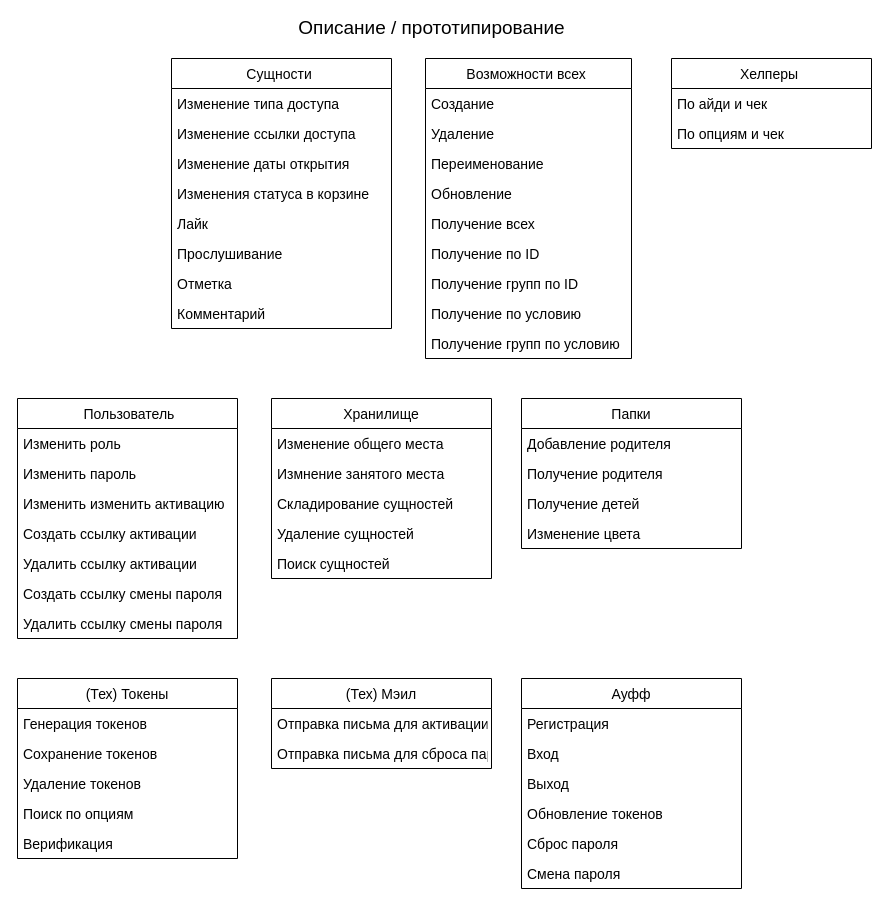
WheatleyCODE/storage-server keeps this draw.io diagram as page "Описание сущностей" (1 of 3) of project.drawio. Above is the earlier version. Source tidied: cells renumbered, new cells numbered last; positions are measured from the earlier drawing's top-left corner, leaving out a move shared by most shapes. Both pictures are drawn from the tidied source at 100%, with x=0, y=0 at pixel (17, 18).
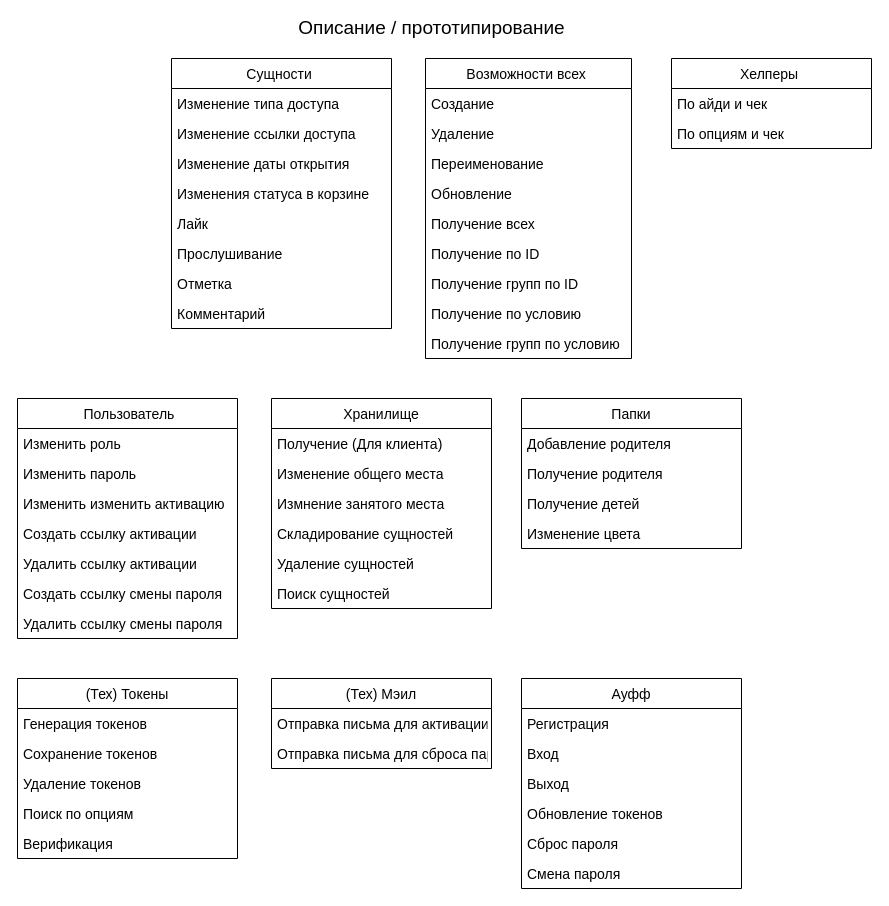
After the change.

The edit, as a diff of the source:
```diff
@@
     <mxCell id="26" value="Хранилище" style="swimlane;fontStyle=0;horizontal=1;startSize=30;fontSize=14;" parent="1" vertex="1">
-      <mxGeometry x="254" y="380" width="220" height="180" as="geometry" />
+      <mxGeometry x="254" y="380" width="220" height="210" as="geometry" />
     </mxCell>
+    <mxCell id="60" value="Получение (Для клиента)" style="text;strokeColor=none;fillColor=none;align=left;verticalAlign=middle;spacingLeft=4;spacingRight=4;overflow=hidden;fontSize=14;" parent="26" vertex="1">
+      <mxGeometry y="30" width="220" height="30" as="geometry" />
+    </mxCell>
     <mxCell id="27" value="Изменение общего места" style="text;strokeColor=none;fillColor=none;align=left;verticalAlign=middle;spacingLeft=4;spacingRight=4;overflow=hidden;fontSize=14;" parent="26" vertex="1">
-      <mxGeometry y="30" width="220" height="30" as="geometry" />
+      <mxGeometry y="60" width="220" height="30" as="geometry" />
     </mxCell>
     <mxCell id="28" value="Измнение занятого места" style="text;strokeColor=none;fillColor=none;align=left;verticalAlign=middle;spacingLeft=4;spacingRight=4;overflow=hidden;fontSize=14;" parent="26" vertex="1">
-      <mxGeometry y="60" width="220" height="30" as="geometry" />
+      <mxGeometry y="90" width="220" height="30" as="geometry" />
     </mxCell>
     <mxCell id="29" value="Складирование сущностей" style="text;strokeColor=none;fillColor=none;align=left;verticalAlign=middle;spacingLeft=4;spacingRight=4;overflow=hidden;fontSize=14;" parent="26" vertex="1">
-      <mxGeometry y="90" width="220" height="30" as="geometry" />
+      <mxGeometry y="120" width="220" height="30" as="geometry" />
     </mxCell>
     <mxCell id="30" value="Удаление сущностей" style="text;strokeColor=none;fillColor=none;align=left;verticalAlign=middle;spacingLeft=4;spacingRight=4;overflow=hidden;fontSize=14;" parent="26" vertex="1">
-      <mxGeometry y="120" width="220" height="30" as="geometry" />
+      <mxGeometry y="150" width="220" height="30" as="geometry" />
     </mxCell>
     <mxCell id="31" value="Поиск сущностей" style="text;strokeColor=none;fillColor=none;align=left;verticalAlign=middle;spacingLeft=4;spacingRight=4;overflow=hidden;fontSize=14;" parent="26" vertex="1">
-      <mxGeometry y="150" width="220" height="30" as="geometry" />
+      <mxGeometry y="180" width="220" height="30" as="geometry" />
     </mxCell>
```
